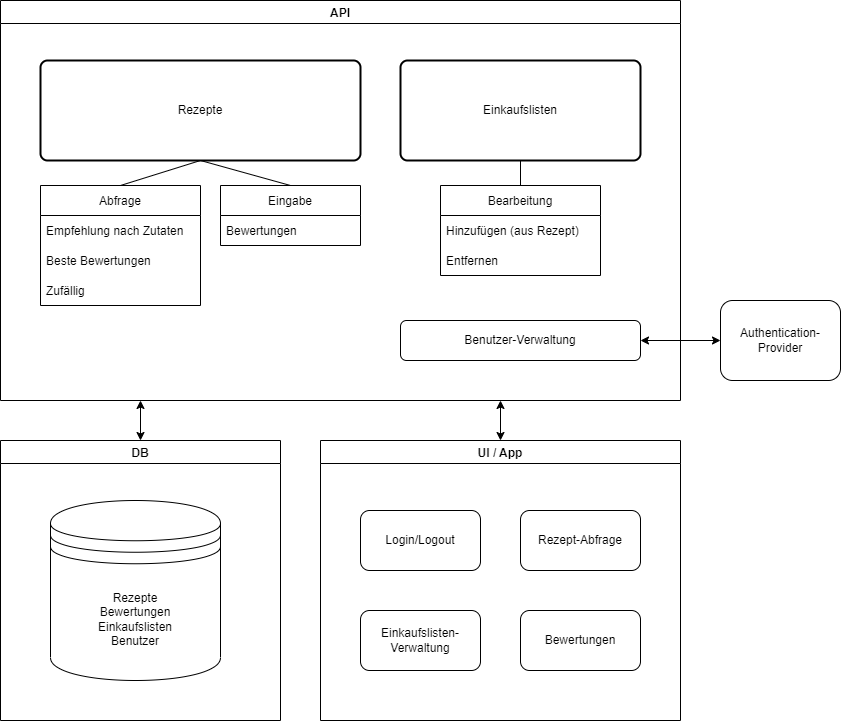
Above: docs/architecture.drawio.png in leen001/Captain_Cook (draw.io), before the change. Source tidied: cells renumbered, new cells last; positions are measured from the earlier drawing's top-left corner, leaving out a move shared by most shapes.
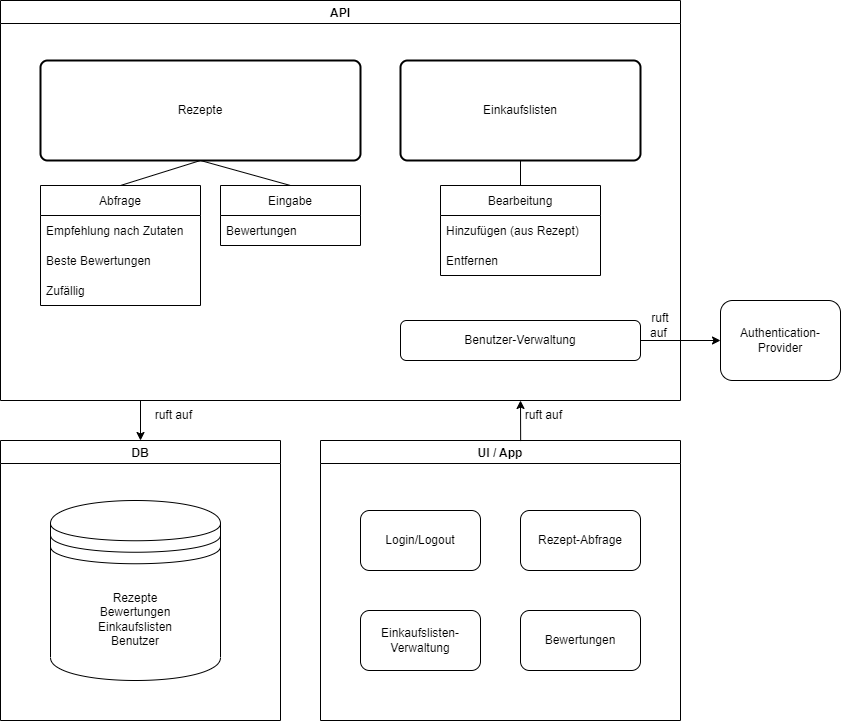
The same diagram one commit later.

Change to the diagram source:
```diff
@@ -50,6 +50,9 @@
     <mxCell id="17" value="Benutzer-Verwaltung" style="rounded=1;whiteSpace=wrap;html=1;" parent="2" vertex="1">
       <mxGeometry x="400" y="320" width="240" height="40" as="geometry" />
     </mxCell>
+    <mxCell id="29" value="ruft auf&amp;nbsp;" style="text;html=1;strokeColor=none;fillColor=none;align=center;verticalAlign=middle;whiteSpace=wrap;rounded=0;" parent="2" vertex="1">
+      <mxGeometry x="640" y="320" width="40" height="10" as="geometry" />
+    </mxCell>
     <mxCell id="18" value="DB" style="swimlane;" parent="1" vertex="1">
       <mxGeometry y="440" width="280" height="280" as="geometry" />
     </mxCell>
@@ -74,18 +77,24 @@
     <mxCell id="25" value="Authentication-Provider" style="rounded=1;whiteSpace=wrap;html=1;" parent="1" vertex="1">
       <mxGeometry x="720" y="300" width="120" height="80" as="geometry" />
     </mxCell>
+    <mxCell id="30" style="endArrow=classic;html=1;entryX=0.5;entryY=0;entryDx=0;entryDy=0;" parent="1" edge="1" target="18">
+      <mxGeometry relative="1" as="geometry">
+        <mxPoint x="140" y="400" as="sourcePoint" />
+      </mxGeometry>
+    </mxCell>
+    <mxCell id="31" style="endArrow=classic;html=1;exitX=0.556;exitY=0.002;exitDx=0;exitDy=0;exitPerimeter=0;" parent="1" edge="1" source="20">
+      <mxGeometry relative="1" as="geometry">
+        <mxPoint x="520" y="400" as="targetPoint" />
+      </mxGeometry>
+    </mxCell>
-    <mxCell id="26" style="endArrow=classic;startArrow=classic;html=1;exitX=1;exitY=0.5;exitDx=0;exitDy=0;entryX=0;entryY=0.5;entryDx=0;entryDy=0;" parent="1" edge="1" source="17" target="25">
+    <mxCell id="26" style="endArrow=classic;html=1;exitX=1;exitY=0.5;exitDx=0;exitDy=0;entryX=0;entryY=0.5;entryDx=0;entryDy=0;" parent="1" edge="1" source="17" target="25">
       <mxGeometry relative="1" as="geometry" />
     </mxCell>
-    <mxCell id="27" style="endArrow=classic;startArrow=classic;html=1;exitX=0.5;exitY=0;exitDx=0;exitDy=0;" parent="1" edge="1" source="18">
-      <mxGeometry relative="1" as="geometry">
-        <mxPoint x="140" y="400" as="targetPoint" />
-      </mxGeometry>
-    </mxCell>
-    <mxCell id="28" style="endArrow=classic;startArrow=classic;html=1;exitX=0.5;exitY=0;exitDx=0;exitDy=0;" parent="1" edge="1" source="20">
-      <mxGeometry relative="1" as="geometry">
-        <mxPoint x="500" y="400" as="targetPoint" />
-      </mxGeometry>
-    </mxCell>
+    <mxCell id="32" value="ruft auf&amp;nbsp;" style="text;html=1;strokeColor=none;fillColor=none;align=center;verticalAlign=middle;whiteSpace=wrap;rounded=0;" parent="1" vertex="1">
+      <mxGeometry x="150" y="410" width="50" height="10" as="geometry" />
+    </mxCell>
+    <mxCell id="33" value="ruft auf&amp;nbsp;" style="text;html=1;strokeColor=none;fillColor=none;align=center;verticalAlign=middle;whiteSpace=wrap;rounded=0;" parent="1" vertex="1">
+      <mxGeometry x="520" y="410" width="50" height="10" as="geometry" />
+    </mxCell>
   </root>
 </mxGraphModel>
```
